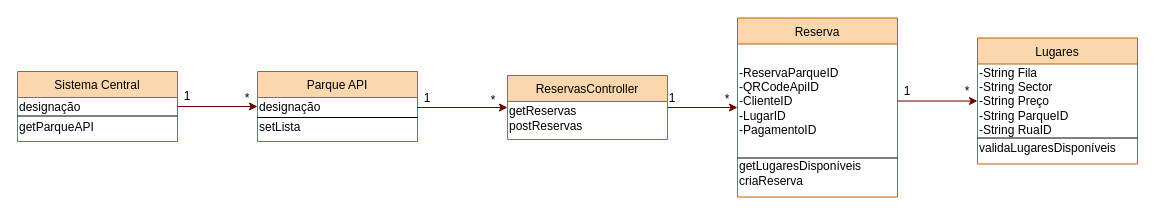
Before: User Stories/UC11/DiagramaClasses.drawio in PauloTor/UPskillDOTNET, a draw.io diagram. Source tidied: cells renumbered, new cells numbered last; positions are measured from the earlier drawing's top-left corner, leaving out a move shared by most shapes. Both pictures are drawn from the tidied source at 100%, with x=0, y=0 at pixel (17, 17).
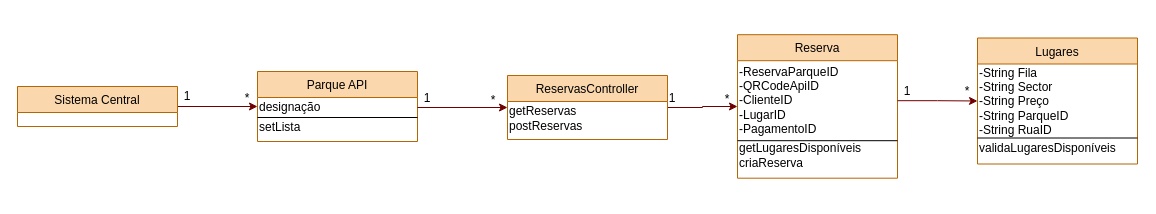
The same page after the edit.

What changed in the source:
```diff
@@
     <mxCell id="3" value="Sistema Central" style="swimlane;fontStyle=0;align=center;verticalAlign=top;horizontal=1;startSize=26;rounded=0;shadow=0;strokeWidth=1;fillColor=#fad7ac;strokeColor=#b46504;" parent="1" vertex="1">
-      <mxGeometry y="54" width="160" height="70" as="geometry" />
+      <mxGeometry y="69" width="160" height="40" as="geometry" />
     </mxCell>
-    <mxCell id="4" value="designação" style="text;html=1;strokeColor=none;fillColor=none;align=left;verticalAlign=middle;whiteSpace=wrap;rounded=0;" parent="3" vertex="1">
-      <mxGeometry y="26" width="160" height="20" as="geometry" />
-    </mxCell>
-    <mxCell id="5" style="endArrow=none;html=1;" parent="3" edge="1">
-      <mxGeometry relative="1" as="geometry">
-        <mxPoint y="44.5" as="sourcePoint" />
-        <mxPoint x="160" y="44.5" as="targetPoint" />
-      </mxGeometry>
-    </mxCell>
-    <mxCell id="6" value="getParqueAPI" style="text;html=1;strokeColor=none;fillColor=none;align=left;verticalAlign=middle;whiteSpace=wrap;rounded=0;" parent="3" vertex="1">
-      <mxGeometry y="46" width="160" height="20" as="geometry" />
-    </mxCell>
@@
     <mxCell id="11" value="Reserva" style="swimlane;fontStyle=0;align=center;verticalAlign=top;horizontal=1;startSize=26;rounded=0;shadow=0;strokeWidth=1;fillColor=#fad7ac;strokeColor=#b46504;" parent="1" vertex="1">
-      <mxGeometry x="720" y="0.5" width="160" height="179" as="geometry" />
+      <mxGeometry x="720" y="17.2" width="160" height="143.5" as="geometry" />
     </mxCell>
     <mxCell id="12" value="-ReservaParqueID&lt;br&gt;-QRCodeApiID&lt;br&gt;-ClienteID&lt;br&gt;-LugarID&lt;br&gt;-PagamentoID" style="text;html=1;strokeColor=none;fillColor=none;align=left;verticalAlign=middle;whiteSpace=wrap;rounded=0;" parent="11" vertex="1">
-      <mxGeometry y="26" width="160" height="114" as="geometry" />
+      <mxGeometry y="26" width="160" height="80" as="geometry" />
     </mxCell>
@@
     <mxCell id="14" value="getLugaresDisponíveis&lt;br&gt;criaReserva" style="text;html=1;strokeColor=none;fillColor=none;align=left;verticalAlign=middle;whiteSpace=wrap;rounded=0;" parent="11" vertex="1">
-      <mxGeometry y="140" width="160" height="30" as="geometry" />
+      <mxGeometry y="106" width="160" height="30" as="geometry" />
     </mxCell>
```
